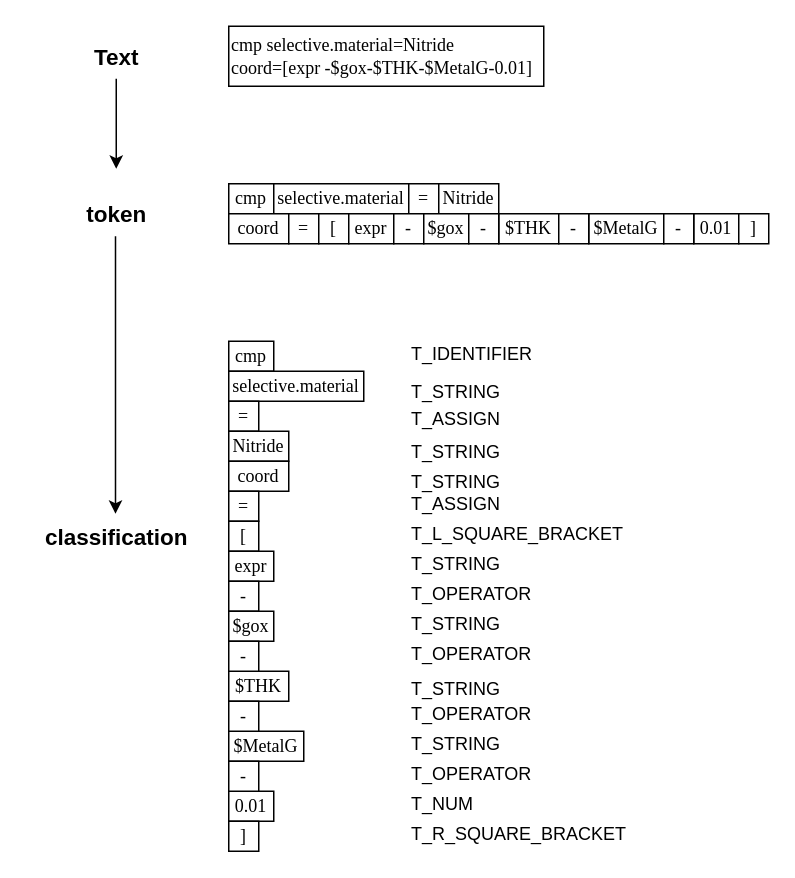
Before: 词法分词器.drawio in FicmillaR/drawio, a draw.io diagram. Source tidied: cells renumbered, new cells numbered last; positions are measured from the earlier drawing's top-left corner, leaving out a move shared by most shapes. Both pictures are drawn from the tidied source at 150%, with x=0, y=0 at pixel (26, 26).
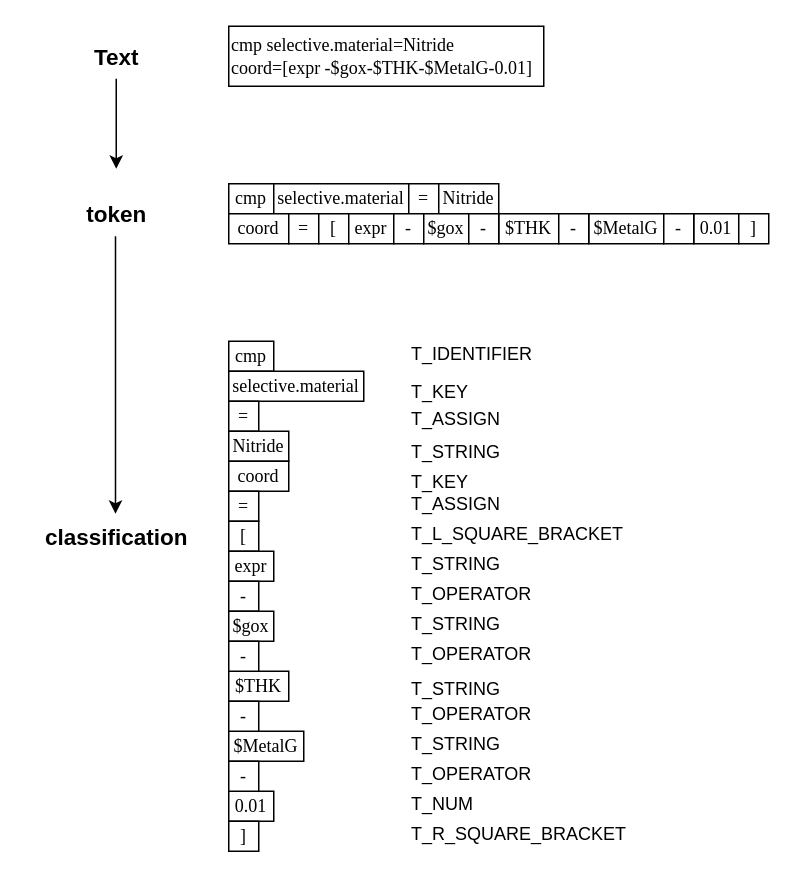
The same diagram, later.

Commit message (it also covers changes not shown here):
更新词法分词器.drawio

Change to the diagram source:
```diff
@@
-    <mxCell id="45" value="T_STRING" style="text;whiteSpace=wrap;fontFamily=Helvetica;fontSize=12;fontColor=default;" parent="1" vertex="1">
-      <mxGeometry x="255" y="290" width="110" height="20" as="geometry" />
-    </mxCell>
@@
-    <mxCell id="58" value="T_STRING" style="text;whiteSpace=wrap;fontFamily=Helvetica;fontSize=12;fontColor=default;" parent="1" vertex="1">
+    <mxCell id="58" value="T_KEY" style="text;whiteSpace=wrap;fontFamily=Helvetica;fontSize=12;fontColor=default;" parent="1" vertex="1">
       <mxGeometry x="255" y="230" width="110" height="20" as="geometry" />
     </mxCell>
+    <mxCell id="59" value="T_KEY" style="text;whiteSpace=wrap;fontFamily=Helvetica;fontSize=12;fontColor=default;" parent="1" vertex="1">
+      <mxGeometry x="255" y="290" width="110" height="20" as="geometry" />
+    </mxCell>
```
